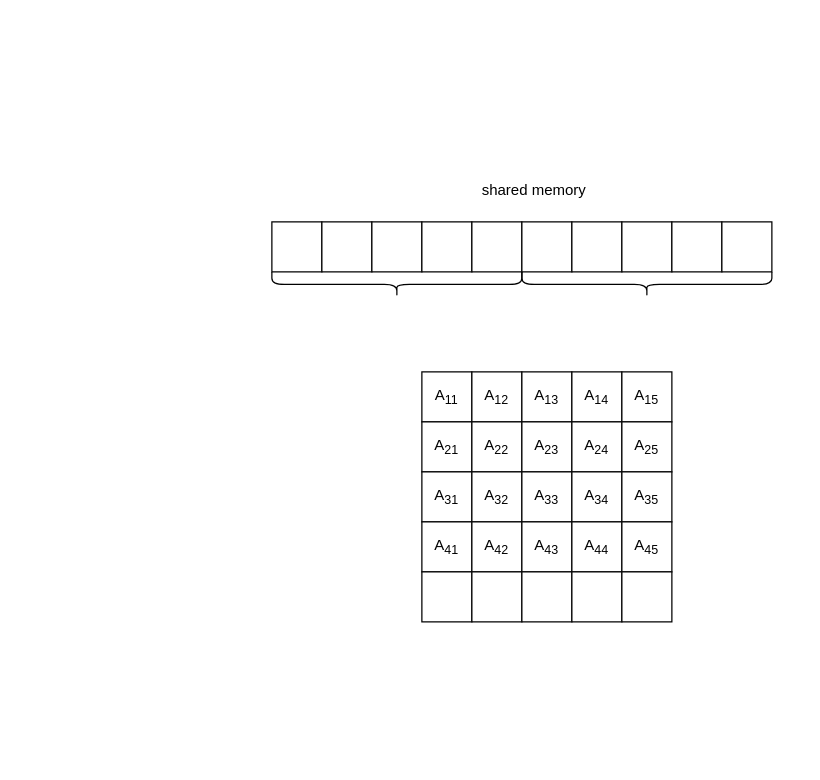
The draw.io diagram DEGMM_BATCHED.drawio in piDack/PerformanceCheckUtils, before the edit. Source tidied: cells renumbered, new cells numbered last; positions are measured from the earlier drawing's top-left corner, leaving out a move shared by most shapes. Both pictures are drawn from the tidied source at 125%, with x=0, y=0 at pixel (271, 159).
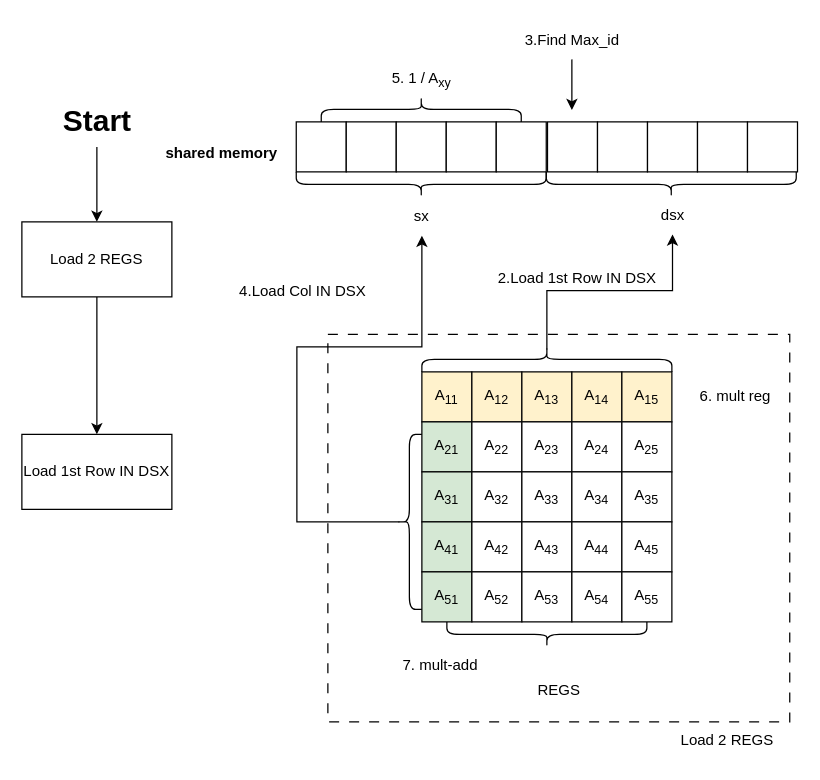
After the change.

Commit message:
DEGMM_BATCHED Finish

Change to the diagram source:
```diff
@@
-    <mxCell id="2" value="A&lt;sub&gt;11&lt;/sub&gt;" style="whiteSpace=wrap;html=1;" parent="1" vertex="1">
+    <mxCell id="2" value="A&lt;sub&gt;11&lt;/sub&gt;" style="whiteSpace=wrap;html=1;fillColor=#fff2cc;strokeColor=default;" parent="1" vertex="1">
       <mxGeometry x="120" y="170" width="40" height="40" as="geometry" />
     </mxCell>
-    <mxCell id="3" value="A&lt;sub&gt;12&lt;/sub&gt;" style="whiteSpace=wrap;html=1;" parent="1" vertex="1">
+    <mxCell id="3" value="A&lt;sub&gt;12&lt;/sub&gt;" style="whiteSpace=wrap;html=1;fillColor=#fff2cc;strokeColor=default;" parent="1" vertex="1">
       <mxGeometry x="160" y="170" width="40" height="40" as="geometry" />
     </mxCell>
-    <mxCell id="4" value="A&lt;sub&gt;13&lt;/sub&gt;" style="whiteSpace=wrap;html=1;" parent="1" vertex="1">
+    <mxCell id="4" value="A&lt;sub&gt;13&lt;/sub&gt;" style="whiteSpace=wrap;html=1;fillColor=#fff2cc;strokeColor=default;" parent="1" vertex="1">
       <mxGeometry x="200" y="170" width="40" height="40" as="geometry" />
     </mxCell>
-    <mxCell id="5" value="A&lt;sub&gt;14&lt;/sub&gt;" style="whiteSpace=wrap;html=1;" parent="1" vertex="1">
+    <mxCell id="5" value="A&lt;sub&gt;14&lt;/sub&gt;" style="whiteSpace=wrap;html=1;fillColor=#fff2cc;strokeColor=default;" parent="1" vertex="1">
       <mxGeometry x="240" y="170" width="40" height="40" as="geometry" />
     </mxCell>
-    <mxCell id="6" value="A&lt;sub&gt;15&lt;/sub&gt;" style="whiteSpace=wrap;html=1;" parent="1" vertex="1">
+    <mxCell id="6" value="A&lt;sub&gt;15&lt;/sub&gt;" style="whiteSpace=wrap;html=1;fillColor=#fff2cc;strokeColor=default;" parent="1" vertex="1">
       <mxGeometry x="280" y="170" width="40" height="40" as="geometry" />
     </mxCell>
-    <mxCell id="7" value="A&lt;sub&gt;21&lt;/sub&gt;" style="whiteSpace=wrap;html=1;" parent="1" vertex="1">
+    <mxCell id="7" value="A&lt;sub&gt;21&lt;/sub&gt;" style="whiteSpace=wrap;html=1;fillColor=#d5e8d4;strokeColor=default;" parent="1" vertex="1">
       <mxGeometry x="120" y="210" width="40" height="40" as="geometry" />
     </mxCell>
@@
-    <mxCell id="12" value="A&lt;sub&gt;31&lt;/sub&gt;" style="whiteSpace=wrap;html=1;" parent="1" vertex="1">
+    <mxCell id="12" value="A&lt;sub&gt;31&lt;/sub&gt;" style="whiteSpace=wrap;html=1;fillColor=#d5e8d4;strokeColor=default;" parent="1" vertex="1">
       <mxGeometry x="120" y="250" width="40" height="40" as="geometry" />
     </mxCell>
@@
-    <mxCell id="17" value="A&lt;sub&gt;41&lt;/sub&gt;" style="whiteSpace=wrap;html=1;" parent="1" vertex="1">
+    <mxCell id="17" value="A&lt;sub&gt;41&lt;/sub&gt;" style="whiteSpace=wrap;html=1;fillColor=#d5e8d4;strokeColor=default;" parent="1" vertex="1">
       <mxGeometry x="120" y="290" width="40" height="40" as="geometry" />
     </mxCell>
@@
-    <mxCell id="22" style="whiteSpace=wrap;html=1;" parent="1" vertex="1">
+    <mxCell id="22" value="A&lt;sub&gt;51&lt;/sub&gt;" style="whiteSpace=wrap;html=1;fillColor=#d5e8d4;strokeColor=default;" parent="1" vertex="1">
       <mxGeometry x="120" y="330" width="40" height="40" as="geometry" />
     </mxCell>
-    <mxCell id="23" style="whiteSpace=wrap;html=1;" parent="1" vertex="1">
+    <mxCell id="23" value="A&lt;sub&gt;52&lt;/sub&gt;" style="whiteSpace=wrap;html=1;" parent="1" vertex="1">
       <mxGeometry x="160" y="330" width="40" height="40" as="geometry" />
     </mxCell>
-    <mxCell id="24" style="whiteSpace=wrap;html=1;" parent="1" vertex="1">
+    <mxCell id="24" value="A&lt;sub&gt;53&lt;/sub&gt;" style="whiteSpace=wrap;html=1;" parent="1" vertex="1">
       <mxGeometry x="200" y="330" width="40" height="40" as="geometry" />
     </mxCell>
-    <mxCell id="25" style="whiteSpace=wrap;html=1;" parent="1" vertex="1">
+    <mxCell id="25" value="A&lt;sub&gt;54&lt;/sub&gt;" style="whiteSpace=wrap;html=1;" parent="1" vertex="1">
       <mxGeometry x="240" y="330" width="40" height="40" as="geometry" />
     </mxCell>
-    <mxCell id="26" style="whiteSpace=wrap;html=1;" parent="1" vertex="1">
+    <mxCell id="26" value="A&lt;sub&gt;55&lt;/sub&gt;" style="whiteSpace=wrap;html=1;" parent="1" vertex="1">
       <mxGeometry x="280" y="330" width="40" height="40" as="geometry" />
     </mxCell>
     <mxCell id="27" style="whiteSpace=wrap;html=1;" parent="1" vertex="1">
-      <mxGeometry y="50" width="40" height="40" as="geometry" />
+      <mxGeometry x="19.5" y="-30" width="40" height="40" as="geometry" />
     </mxCell>
     <mxCell id="28" style="whiteSpace=wrap;html=1;" parent="1" vertex="1">
-      <mxGeometry x="40" y="50" width="40" height="40" as="geometry" />
+      <mxGeometry x="59.5" y="-30" width="40" height="40" as="geometry" />
     </mxCell>
     <mxCell id="29" style="whiteSpace=wrap;html=1;" parent="1" vertex="1">
-      <mxGeometry x="80" y="50" width="40" height="40" as="geometry" />
+      <mxGeometry x="99.5" y="-30" width="40" height="40" as="geometry" />
     </mxCell>
     <mxCell id="30" style="whiteSpace=wrap;html=1;" parent="1" vertex="1">
-      <mxGeometry x="120" y="50" width="40" height="40" as="geometry" />
+      <mxGeometry x="139.5" y="-30" width="40" height="40" as="geometry" />
     </mxCell>
     <mxCell id="31" style="whiteSpace=wrap;html=1;" parent="1" vertex="1">
-      <mxGeometry x="160" y="50" width="40" height="40" as="geometry" />
+      <mxGeometry x="179.5" y="-30" width="40" height="40" as="geometry" />
     </mxCell>
-    <mxCell id="32" style="whiteSpace=wrap;html=1;" parent="1" vertex="1">
-      <mxGeometry x="200" y="50" width="40" height="40" as="geometry" />
-    </mxCell>
-    <mxCell id="33" style="whiteSpace=wrap;html=1;" parent="1" vertex="1">
-      <mxGeometry x="240" y="50" width="40" height="40" as="geometry" />
-    </mxCell>
-    <mxCell id="34" style="whiteSpace=wrap;html=1;" parent="1" vertex="1">
-      <mxGeometry x="280" y="50" width="40" height="40" as="geometry" />
-    </mxCell>
-    <mxCell id="35" style="whiteSpace=wrap;html=1;" parent="1" vertex="1">
-      <mxGeometry x="320" y="50" width="40" height="40" as="geometry" />
-    </mxCell>
-    <mxCell id="36" style="whiteSpace=wrap;html=1;" parent="1" vertex="1">
-      <mxGeometry x="360" y="50" width="40" height="40" as="geometry" />
-    </mxCell>
-    <mxCell id="37" value="shared memory" style="text;html=1;strokeColor=none;fillColor=none;align=center;verticalAlign=middle;whiteSpace=wrap;rounded=0;" parent="1" vertex="1">
-      <mxGeometry x="150" y="10" width="120" height="30" as="geometry" />
+    <mxCell id="37" value="&lt;b&gt;shared memory&lt;/b&gt;" style="text;html=1;strokeColor=none;fillColor=none;align=center;verticalAlign=middle;whiteSpace=wrap;rounded=0;" parent="1" vertex="1">
+      <mxGeometry x="-100.5" y="-20" width="120" height="30" as="geometry" />
     </mxCell>
     <mxCell id="38" style="shape=curlyBracket;whiteSpace=wrap;html=1;rounded=1;labelPosition=left;verticalLabelPosition=middle;align=right;verticalAlign=middle;rotation=-90;" parent="1" vertex="1">
-      <mxGeometry x="90" width="20" height="200" as="geometry" />
+      <mxGeometry x="109.5" y="-80" width="20" height="200" as="geometry" />
     </mxCell>
     <mxCell id="39" style="shape=curlyBracket;whiteSpace=wrap;html=1;rounded=1;labelPosition=left;verticalLabelPosition=middle;align=right;verticalAlign=middle;rotation=-90;" parent="1" vertex="1">
-      <mxGeometry x="290" width="20" height="200" as="geometry" />
+      <mxGeometry x="309.5" y="-80" width="20" height="200" as="geometry" />
     </mxCell>
+    <mxCell id="40" value="REGS" style="text;html=1;strokeColor=none;fillColor=none;align=center;verticalAlign=middle;whiteSpace=wrap;rounded=0;" parent="1" vertex="1">
+      <mxGeometry x="199.5" y="410" width="60" height="30" as="geometry" />
+    </mxCell>
+    <mxCell id="41" style="shape=curlyBracket;whiteSpace=wrap;html=1;rounded=1;flipH=1;labelPosition=right;verticalLabelPosition=middle;align=left;verticalAlign=middle;rotation=90;" parent="1" vertex="1">
+      <mxGeometry x="210" y="300" width="20" height="160" as="geometry" />
+    </mxCell>
+    <mxCell id="42" style="whiteSpace=wrap;html=1;" parent="1" vertex="1">
+      <mxGeometry x="220.5" y="-30" width="40" height="40" as="geometry" />
+    </mxCell>
+    <mxCell id="43" style="whiteSpace=wrap;html=1;" parent="1" vertex="1">
+      <mxGeometry x="260.5" y="-30" width="40" height="40" as="geometry" />
+    </mxCell>
+    <mxCell id="44" style="whiteSpace=wrap;html=1;" parent="1" vertex="1">
+      <mxGeometry x="300.5" y="-30" width="40" height="40" as="geometry" />
+    </mxCell>
+    <mxCell id="45" style="whiteSpace=wrap;html=1;" parent="1" vertex="1">
+      <mxGeometry x="340.5" y="-30" width="40" height="40" as="geometry" />
+    </mxCell>
+    <mxCell id="46" style="whiteSpace=wrap;html=1;" parent="1" vertex="1">
+      <mxGeometry x="380.5" y="-30" width="40" height="40" as="geometry" />
+    </mxCell>
+    <mxCell id="47" style="edgeStyle=orthogonalEdgeStyle;rounded=0;jettySize=auto;html=1;exitX=0.5;exitY=1;exitDx=0;exitDy=0;" parent="1" edge="1" source="48" target="50">
+      <mxGeometry relative="1" as="geometry" />
+    </mxCell>
+    <mxCell id="48" value="Start" style="text;strokeColor=none;fillColor=none;html=1;fontSize=24;fontStyle=1;verticalAlign=middle;align=center;" parent="1" vertex="1">
+      <mxGeometry x="-190" y="-50" width="100" height="40" as="geometry" />
+    </mxCell>
+    <mxCell id="49" style="edgeStyle=orthogonalEdgeStyle;rounded=0;jettySize=auto;html=1;exitX=0.5;exitY=1;exitDx=0;exitDy=0;" parent="1" edge="1" source="50" target="51">
+      <mxGeometry relative="1" as="geometry" />
+    </mxCell>
+    <mxCell id="50" value="Load 2 REGS" style="rounded=0;whiteSpace=wrap;html=1;" parent="1" vertex="1">
+      <mxGeometry x="-200" y="50" width="120" height="60" as="geometry" />
+    </mxCell>
+    <mxCell id="51" value="Load 1st Row IN DSX" style="rounded=0;whiteSpace=wrap;html=1;" parent="1" vertex="1">
+      <mxGeometry x="-200" y="220" width="120" height="60" as="geometry" />
+    </mxCell>
+    <mxCell id="52" style="edgeStyle=orthogonalEdgeStyle;rounded=0;jettySize=auto;html=1;exitX=0.1;exitY=0.5;exitDx=0;exitDy=0;exitPerimeter=0;entryX=0.5;entryY=1;entryDx=0;entryDy=0;" parent="1" edge="1" source="53" target="55">
+      <mxGeometry relative="1" as="geometry" />
+    </mxCell>
+    <mxCell id="53" style="shape=curlyBracket;whiteSpace=wrap;html=1;rounded=1;flipH=1;labelPosition=right;verticalLabelPosition=middle;align=left;verticalAlign=middle;rotation=-90;" parent="1" vertex="1">
+      <mxGeometry x="210" y="60" width="20" height="200" as="geometry" />
+    </mxCell>
+    <mxCell id="54" value="sx" style="text;html=1;strokeColor=none;fillColor=none;align=center;verticalAlign=middle;whiteSpace=wrap;rounded=0;" parent="1" vertex="1">
+      <mxGeometry x="90" y="31" width="60" height="30" as="geometry" />
+    </mxCell>
+    <mxCell id="55" value="dsx" style="text;html=1;strokeColor=none;fillColor=none;align=center;verticalAlign=middle;whiteSpace=wrap;rounded=0;" parent="1" vertex="1">
+      <mxGeometry x="290.5" y="30" width="60" height="30" as="geometry" />
+    </mxCell>
+    <mxCell id="56" style="rounded=0;whiteSpace=wrap;html=1;fillColor=none;dashed=1;dashPattern=8 8;" parent="1" vertex="1">
+      <mxGeometry x="44.8" y="140" width="369.5" height="310" as="geometry" />
+    </mxCell>
+    <mxCell id="57" value="Load 2 REGS" style="text;html=1;strokeColor=none;fillColor=none;align=center;verticalAlign=middle;whiteSpace=wrap;rounded=0;" parent="1" vertex="1">
+      <mxGeometry x="315.2" y="450" width="99" height="30" as="geometry" />
+    </mxCell>
+    <mxCell id="58" value="2.Load 1st Row IN DSX" style="text;html=1;strokeColor=none;fillColor=none;align=center;verticalAlign=middle;whiteSpace=wrap;rounded=0;" parent="1" vertex="1">
+      <mxGeometry x="170" y="80" width="149" height="30" as="geometry" />
+    </mxCell>
+    <mxCell id="59" style="endArrow=classic;html=1;rounded=0;entryX=0.488;entryY=-0.235;entryDx=0;entryDy=0;entryPerimeter=0;" parent="1" edge="1" target="42">
+      <mxGeometry relative="1" as="geometry">
+        <mxPoint x="240" y="-80" as="sourcePoint" />
+      </mxGeometry>
+    </mxCell>
+    <mxCell id="60" value="3.Find Max_id" style="text;html=1;strokeColor=none;fillColor=none;align=center;verticalAlign=middle;whiteSpace=wrap;rounded=0;" parent="1" vertex="1">
+      <mxGeometry x="191" y="-110" width="99" height="30" as="geometry" />
+    </mxCell>
+    <mxCell id="61" style="shape=curlyBracket;whiteSpace=wrap;html=1;rounded=1;labelPosition=left;verticalLabelPosition=middle;align=right;verticalAlign=middle;" parent="1" vertex="1">
+      <mxGeometry x="100" y="220" width="20" height="140" as="geometry" />
+    </mxCell>
+    <mxCell id="62" style="endArrow=classic;html=1;rounded=0;exitX=0.1;exitY=0.5;exitDx=0;exitDy=0;exitPerimeter=0;entryX=0.5;entryY=1;entryDx=0;entryDy=0;" parent="1" edge="1" source="61" target="54">
+      <mxGeometry relative="1" as="geometry">
+        <Array as="points">
+          <mxPoint x="20" y="290" />
+          <mxPoint x="20" y="150" />
+          <mxPoint x="120" y="150" />
+        </Array>
+      </mxGeometry>
+    </mxCell>
+    <mxCell id="63" value="4.Load Col IN DSX" style="text;html=1;strokeColor=none;fillColor=none;align=center;verticalAlign=middle;whiteSpace=wrap;rounded=0;" parent="1" vertex="1">
+      <mxGeometry x="-40" y="91" width="130" height="30" as="geometry" />
+    </mxCell>
+    <mxCell id="64" style="shape=curlyBracket;whiteSpace=wrap;html=1;rounded=1;labelPosition=left;verticalLabelPosition=middle;align=right;verticalAlign=middle;rotation=90;" parent="1" vertex="1">
+      <mxGeometry x="109.5" y="-120" width="20" height="160" as="geometry" />
+    </mxCell>
+    <mxCell id="65" value="5. 1 / A&lt;sub&gt;xy&lt;/sub&gt;" style="text;html=1;strokeColor=none;fillColor=none;align=center;verticalAlign=middle;whiteSpace=wrap;rounded=0;" parent="1" vertex="1">
+      <mxGeometry x="90" y="-79" width="60" height="30" as="geometry" />
+    </mxCell>
+    <mxCell id="66" value="6. mult reg" style="text;html=1;strokeColor=none;fillColor=none;align=center;verticalAlign=middle;whiteSpace=wrap;rounded=0;" parent="1" vertex="1">
+      <mxGeometry x="340.5" y="175" width="60" height="30" as="geometry" />
+    </mxCell>
+    <mxCell id="67" value="7. mult-add" style="text;html=1;strokeColor=none;fillColor=none;align=center;verticalAlign=middle;whiteSpace=wrap;rounded=0;" parent="1" vertex="1">
+      <mxGeometry x="89.5" y="390" width="90" height="30" as="geometry" />
+    </mxCell>
```
